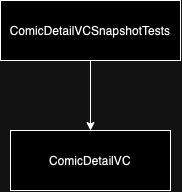
Above: MarvelSampleTests/Tests/ComicDetail/ComicDetail/ComicDetailVCSnapshotTests.drawio.png in hiren9697/MavelSample (draw.io), before the change. Source tidied: cells renumbered, new cells last; positions are measured from the earlier drawing's top-left corner, leaving out a move shared by most shapes. Source of this version:
```xml
<mxGraphModel>
  <root>
    <mxCell id="0" />
    <mxCell id="1" parent="0" />
    <mxCell id="2" style="edgeStyle=orthogonalEdgeStyle;rounded=0;jettySize=auto;html=1;entryX=0.5;entryY=0;entryDx=0;entryDy=0;" parent="1" edge="1" source="3" target="4">
      <mxGeometry relative="1" as="geometry" />
    </mxCell>
    <mxCell id="3" value="ComicDetailVCSnapshotTests" style="rounded=0;whiteSpace=wrap;html=1;" parent="1" vertex="1">
      <mxGeometry width="180" height="60" as="geometry" />
    </mxCell>
    <mxCell id="4" value="ComicDetailVC" style="rounded=0;whiteSpace=wrap;html=1;" parent="1" vertex="1">
      <mxGeometry x="10" y="130" width="160" height="60" as="geometry" />
    </mxCell>
  </root>
</mxGraphModel>
```
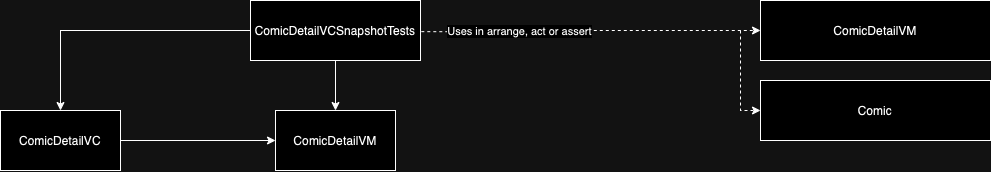
Later version of the same file.

What changed in the source:
```diff
@@ -2,14 +2,45 @@
   <root>
     <mxCell id="0" />
     <mxCell id="1" parent="0" />
+    <mxCell id="5" style="edgeStyle=orthogonalEdgeStyle;rounded=0;jettySize=auto;html=1;entryX=0;entryY=0.5;entryDx=0;entryDy=0;dashed=1;exitX=1.02;exitY=0.184;exitDx=0;exitDy=0;exitPerimeter=0;" parent="1" edge="1" target="7">
+      <mxGeometry relative="1" as="geometry">
+        <mxPoint x="872.8" y="921" as="sourcePoint" />
+      </mxGeometry>
+    </mxCell>
+    <mxCell id="6" value="Uses in arrange, act or assert" style="edgeLabel;html=1;align=center;verticalAlign=middle;" parent="5" vertex="1">
+      <mxGeometry x="-0.25" y="1" relative="1" as="geometry" />
+    </mxCell>
+    <mxCell id="7" value="ComicDetailVM" style="rounded=0;whiteSpace=wrap;html=1;" parent="1" vertex="1">
+      <mxGeometry x="1260" y="890" width="230" height="60" as="geometry" />
+    </mxCell>
+    <mxCell id="8" value="Comic" style="rounded=0;whiteSpace=wrap;html=1;" parent="1" vertex="1">
+      <mxGeometry x="1260" y="970" width="230" height="60" as="geometry" />
+    </mxCell>
+    <mxCell id="9" style="endArrow=classic;html=1;rounded=0;entryX=0;entryY=0.5;entryDx=0;entryDy=0;dashed=1;" parent="1" edge="1" target="8">
+      <mxGeometry relative="1" as="geometry">
+        <mxPoint x="1240" y="920" as="sourcePoint" />
+        <Array as="points">
+          <mxPoint x="1240" y="1000" />
+        </Array>
+      </mxGeometry>
+    </mxCell>
     <mxCell id="2" style="edgeStyle=orthogonalEdgeStyle;rounded=0;jettySize=auto;html=1;entryX=0.5;entryY=0;entryDx=0;entryDy=0;" parent="1" edge="1" source="3" target="4">
       <mxGeometry relative="1" as="geometry" />
     </mxCell>
+    <mxCell id="10" style="edgeStyle=orthogonalEdgeStyle;rounded=0;jettySize=auto;html=1;entryX=0.5;entryY=0;entryDx=0;entryDy=0;" parent="1" edge="1" source="3" target="12">
+      <mxGeometry relative="1" as="geometry" />
+    </mxCell>
     <mxCell id="3" value="ComicDetailVCSnapshotTests" style="rounded=0;whiteSpace=wrap;html=1;" parent="1" vertex="1">
-      <mxGeometry width="180" height="60" as="geometry" />
+      <mxGeometry x="750" y="890" width="170" height="60" as="geometry" />
     </mxCell>
+    <mxCell id="11" style="edgeStyle=orthogonalEdgeStyle;rounded=0;jettySize=auto;html=1;" parent="1" edge="1" source="4" target="12">
+      <mxGeometry relative="1" as="geometry" />
+    </mxCell>
     <mxCell id="4" value="ComicDetailVC" style="rounded=0;whiteSpace=wrap;html=1;" parent="1" vertex="1">
-      <mxGeometry x="10" y="130" width="160" height="60" as="geometry" />
+      <mxGeometry x="500" y="1000" width="120" height="60" as="geometry" />
     </mxCell>
+    <mxCell id="12" value="ComicDetailVM" style="rounded=0;whiteSpace=wrap;html=1;" parent="1" vertex="1">
+      <mxGeometry x="775" y="1000" width="120" height="60" as="geometry" />
+    </mxCell>
   </root>
 </mxGraphModel>
```
